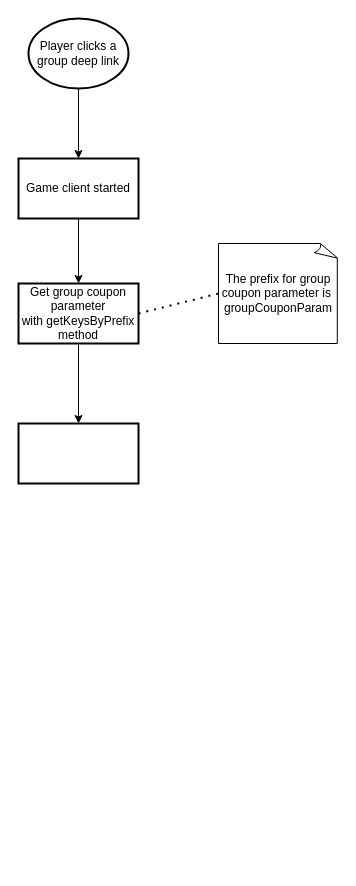
This is page "Group process flow" (7 of 7) of Remote Config Coupon Architecture.drawio from yaohuiwu/SimpleFS, a draw.io file, before an edit. Source tidied: cells renumbered, new cells numbered last; positions are measured from the earlier drawing's top-left corner, leaving out a move shared by most shapes. Both pictures are drawn from the tidied source at 100%, with x=0, y=0 at pixel (18, 18).
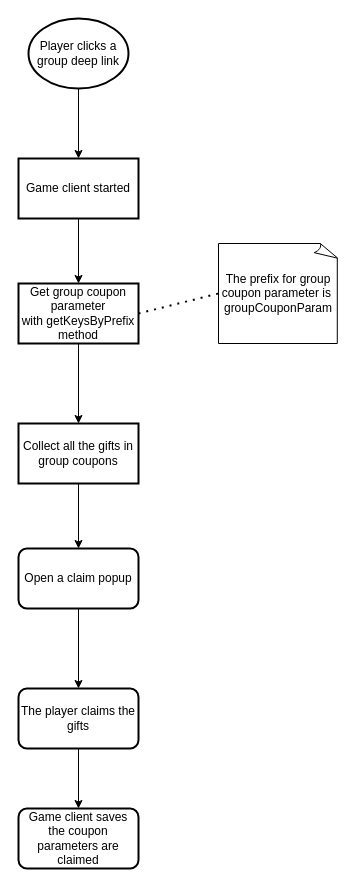
The same diagram, later.

Change to the diagram source:
```diff
@@
 <mxGraphModel>
   <root>
     <mxCell id="0" />
     <mxCell id="1" parent="0" />
     <mxCell id="2" style="edgeStyle=orthogonalEdgeStyle;rounded=0;jettySize=auto;html=1;" parent="1" edge="1" source="3" target="5">
       <mxGeometry relative="1" as="geometry" />
     </mxCell>
     <mxCell id="3" value="Player clicks a group deep link" style="strokeWidth=2;html=1;shape=mxgraph.flowchart.start_2;whiteSpace=wrap;" parent="1" vertex="1">
       <mxGeometry x="10" width="100" height="70" as="geometry" />
     </mxCell>
     <mxCell id="4" style="edgeStyle=orthogonalEdgeStyle;rounded=0;jettySize=auto;html=1;" parent="1" edge="1" source="5" target="7">
       <mxGeometry relative="1" as="geometry" />
     </mxCell>
     <mxCell id="5" value="Game client started" style="whiteSpace=wrap;html=1;strokeWidth=2;" parent="1" vertex="1">
       <mxGeometry y="140" width="120" height="60" as="geometry" />
     </mxCell>
     <mxCell id="6" style="edgeStyle=orthogonalEdgeStyle;rounded=0;jettySize=auto;html=1;" parent="1" edge="1" source="7" target="10">
       <mxGeometry relative="1" as="geometry" />
     </mxCell>
     <mxCell id="7" value="Get group coupon parameter with&amp;nbsp;getKeysByPrefix method" style="whiteSpace=wrap;html=1;strokeWidth=2;" parent="1" vertex="1">
       <mxGeometry y="265" width="120" height="60" as="geometry" />
     </mxCell>
     <mxCell id="8" value="The prefix for group coupon parameter is&amp;nbsp; groupCouponParam" style="whiteSpace=wrap;html=1;shape=mxgraph.basic.document;" parent="1" vertex="1">
       <mxGeometry x="200" y="225" width="120" height="100" as="geometry" />
     </mxCell>
     <mxCell id="9" style="endArrow=none;dashed=1;html=1;dashPattern=1 3;strokeWidth=2;rounded=0;entryX=0;entryY=0.5;entryDx=0;entryDy=0;entryPerimeter=0;exitX=1;exitY=0.5;exitDx=0;exitDy=0;" parent="1" edge="1" source="7" target="8">
       <mxGeometry relative="1" as="geometry" />
     </mxCell>
+    <mxCell id="11" style="edgeStyle=orthogonalEdgeStyle;rounded=0;jettySize=auto;html=1;" parent="1" edge="1" source="10" target="13">
+      <mxGeometry relative="1" as="geometry" />
+    </mxCell>
-    <mxCell id="10" style="whiteSpace=wrap;html=1;strokeWidth=2;" parent="1" vertex="1">
+    <mxCell id="10" value="Collect all the gifts in group coupons" style="whiteSpace=wrap;html=1;strokeWidth=2;" parent="1" vertex="1">
       <mxGeometry y="405" width="120" height="60" as="geometry" />
     </mxCell>
+    <mxCell id="12" style="edgeStyle=orthogonalEdgeStyle;rounded=0;jettySize=auto;html=1;" parent="1" edge="1" source="13" target="15">
+      <mxGeometry relative="1" as="geometry" />
+    </mxCell>
+    <mxCell id="13" value="Open a claim popup" style="whiteSpace=wrap;html=1;rounded=1;arcSize=14;strokeWidth=2;" parent="1" vertex="1">
+      <mxGeometry y="530" width="120" height="60" as="geometry" />
+    </mxCell>
+    <mxCell id="14" style="edgeStyle=orthogonalEdgeStyle;rounded=0;jettySize=auto;html=1;" parent="1" edge="1" source="15" target="16">
+      <mxGeometry relative="1" as="geometry" />
+    </mxCell>
+    <mxCell id="15" value="The player claims the gifts" style="whiteSpace=wrap;html=1;rounded=1;arcSize=14;strokeWidth=2;" parent="1" vertex="1">
+      <mxGeometry y="670" width="120" height="60" as="geometry" />
+    </mxCell>
+    <mxCell id="16" value="Game client saves the coupon parameters are claimed" style="whiteSpace=wrap;html=1;rounded=1;arcSize=14;strokeWidth=2;" parent="1" vertex="1">
+      <mxGeometry y="790" width="120" height="60" as="geometry" />
+    </mxCell>
   </root>
 </mxGraphModel>
```
